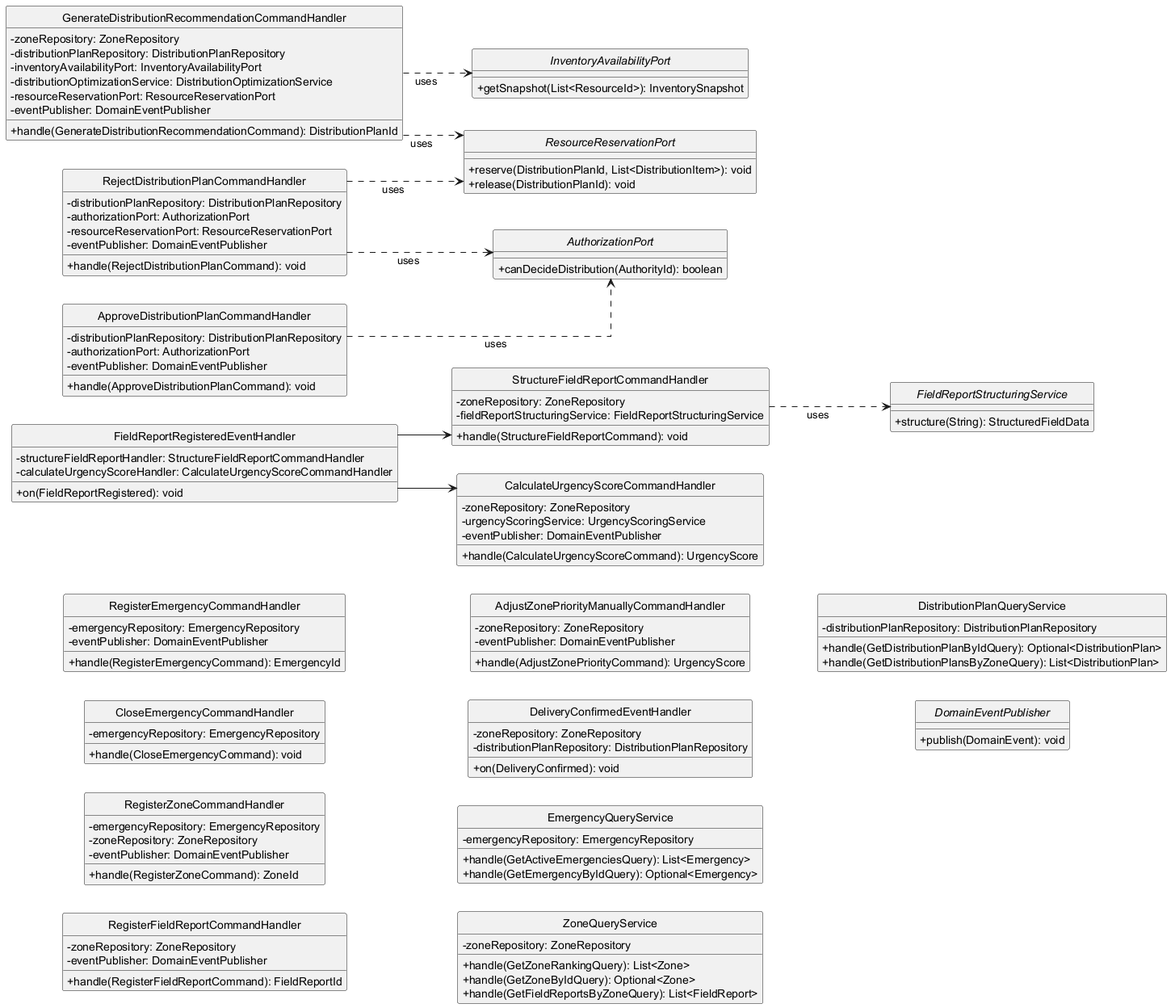
This is assets/application-layer/EmergencyManagement.png from Waqta-Labs/ase-report, a PlantUML export, as it was before one commit. Its diagram source:
```plantuml
@startuml application-emergencymanagement
skinparam classAttributeIconSize 0
skinparam linetype ortho
hide circle
left to right direction

class RegisterEmergencyCommandHandler {
  -emergencyRepository: EmergencyRepository
  -eventPublisher: DomainEventPublisher
  +handle(RegisterEmergencyCommand): EmergencyId
}

class CloseEmergencyCommandHandler {
  -emergencyRepository: EmergencyRepository
  +handle(CloseEmergencyCommand): void
}

class RegisterZoneCommandHandler {
  -emergencyRepository: EmergencyRepository
  -zoneRepository: ZoneRepository
  -eventPublisher: DomainEventPublisher
  +handle(RegisterZoneCommand): ZoneId
}

class RegisterFieldReportCommandHandler {
  -zoneRepository: ZoneRepository
  -eventPublisher: DomainEventPublisher
  +handle(RegisterFieldReportCommand): FieldReportId
}

class StructureFieldReportCommandHandler {
  -zoneRepository: ZoneRepository
  -fieldReportStructuringService: FieldReportStructuringService
  +handle(StructureFieldReportCommand): void
}

class CalculateUrgencyScoreCommandHandler {
  -zoneRepository: ZoneRepository
  -urgencyScoringService: UrgencyScoringService
  -eventPublisher: DomainEventPublisher
  +handle(CalculateUrgencyScoreCommand): UrgencyScore
}

class AdjustZonePriorityManuallyCommandHandler {
  -zoneRepository: ZoneRepository
  -eventPublisher: DomainEventPublisher
  +handle(AdjustZonePriorityCommand): UrgencyScore
}

class GenerateDistributionRecommendationCommandHandler {
  -zoneRepository: ZoneRepository
  -distributionPlanRepository: DistributionPlanRepository
  -inventoryAvailabilityPort: InventoryAvailabilityPort
  -distributionOptimizationService: DistributionOptimizationService
  -resourceReservationPort: ResourceReservationPort
  -eventPublisher: DomainEventPublisher
  +handle(GenerateDistributionRecommendationCommand): DistributionPlanId
}

class ApproveDistributionPlanCommandHandler {
  -distributionPlanRepository: DistributionPlanRepository
  -authorizationPort: AuthorizationPort
  -eventPublisher: DomainEventPublisher
  +handle(ApproveDistributionPlanCommand): void
}

class RejectDistributionPlanCommandHandler {
  -distributionPlanRepository: DistributionPlanRepository
  -authorizationPort: AuthorizationPort
  -resourceReservationPort: ResourceReservationPort
  -eventPublisher: DomainEventPublisher
  +handle(RejectDistributionPlanCommand): void
}

class FieldReportRegisteredEventHandler {
  -structureFieldReportHandler: StructureFieldReportCommandHandler
  -calculateUrgencyScoreHandler: CalculateUrgencyScoreCommandHandler
  +on(FieldReportRegistered): void
}

class DeliveryConfirmedEventHandler {
  -zoneRepository: ZoneRepository
  -distributionPlanRepository: DistributionPlanRepository
  +on(DeliveryConfirmed): void
}

class EmergencyQueryService {
  -emergencyRepository: EmergencyRepository
  +handle(GetActiveEmergenciesQuery): List<Emergency>
  +handle(GetEmergencyByIdQuery): Optional<Emergency>
}

class ZoneQueryService {
  -zoneRepository: ZoneRepository
  +handle(GetZoneRankingQuery): List<Zone>
  +handle(GetZoneByIdQuery): Optional<Zone>
  +handle(GetFieldReportsByZoneQuery): List<FieldReport>
}

class DistributionPlanQueryService {
  -distributionPlanRepository: DistributionPlanRepository
  +handle(GetDistributionPlanByIdQuery): Optional<DistributionPlan>
  +handle(GetDistributionPlansByZoneQuery): List<DistributionPlan>
}

interface FieldReportStructuringService {
  +structure(String): StructuredFieldData
}

interface InventoryAvailabilityPort {
  +getSnapshot(List<ResourceId>): InventorySnapshot
}

interface ResourceReservationPort {
  +reserve(DistributionPlanId, List<DistributionItem>): void
  +release(DistributionPlanId): void
}

interface AuthorizationPort {
  +canDecideDistribution(AuthorityId): boolean
}

interface DomainEventPublisher {
  +publish(DomainEvent): void
}

FieldReportRegisteredEventHandler --> StructureFieldReportCommandHandler
FieldReportRegisteredEventHandler --> CalculateUrgencyScoreCommandHandler
StructureFieldReportCommandHandler ..> FieldReportStructuringService : uses
GenerateDistributionRecommendationCommandHandler ..> InventoryAvailabilityPort : uses
GenerateDistributionRecommendationCommandHandler ..> ResourceReservationPort : uses
RejectDistributionPlanCommandHandler ..> ResourceReservationPort : uses
ApproveDistributionPlanCommandHandler ..> AuthorizationPort : uses
RejectDistributionPlanCommandHandler ..> AuthorizationPort : uses

@enduml
```
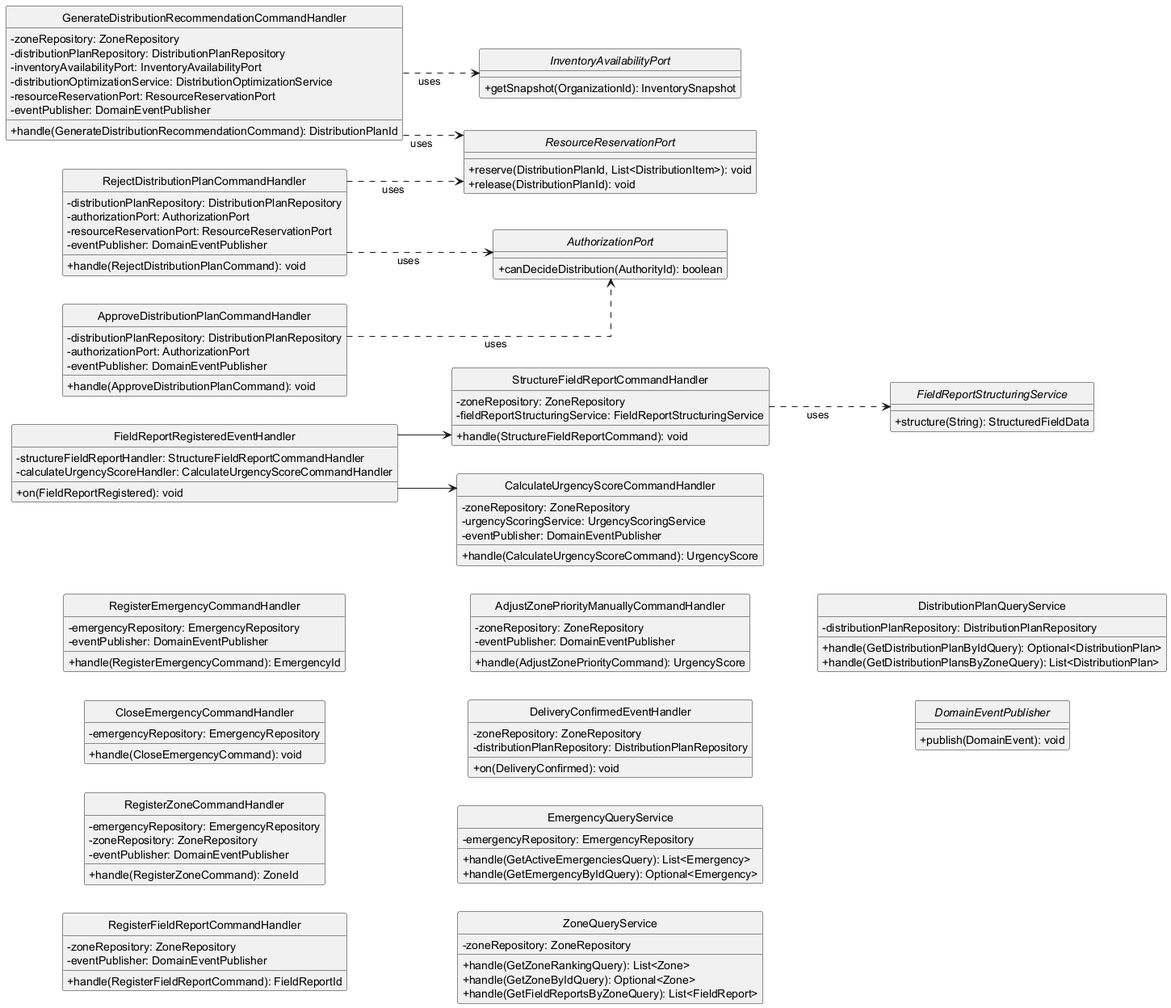
The same file after the commit.

Commit message:
docs: add resource management diagrams and update emergency management layer diagrams

Change to the diagram source:
```diff
@@ -108,7 +108,7 @@
 }
 
 interface InventoryAvailabilityPort {
-  +getSnapshot(List<ResourceId>): InventorySnapshot
+  +getSnapshot(OrganizationId): InventorySnapshot
 }
 
 interface ResourceReservationPort {
```
